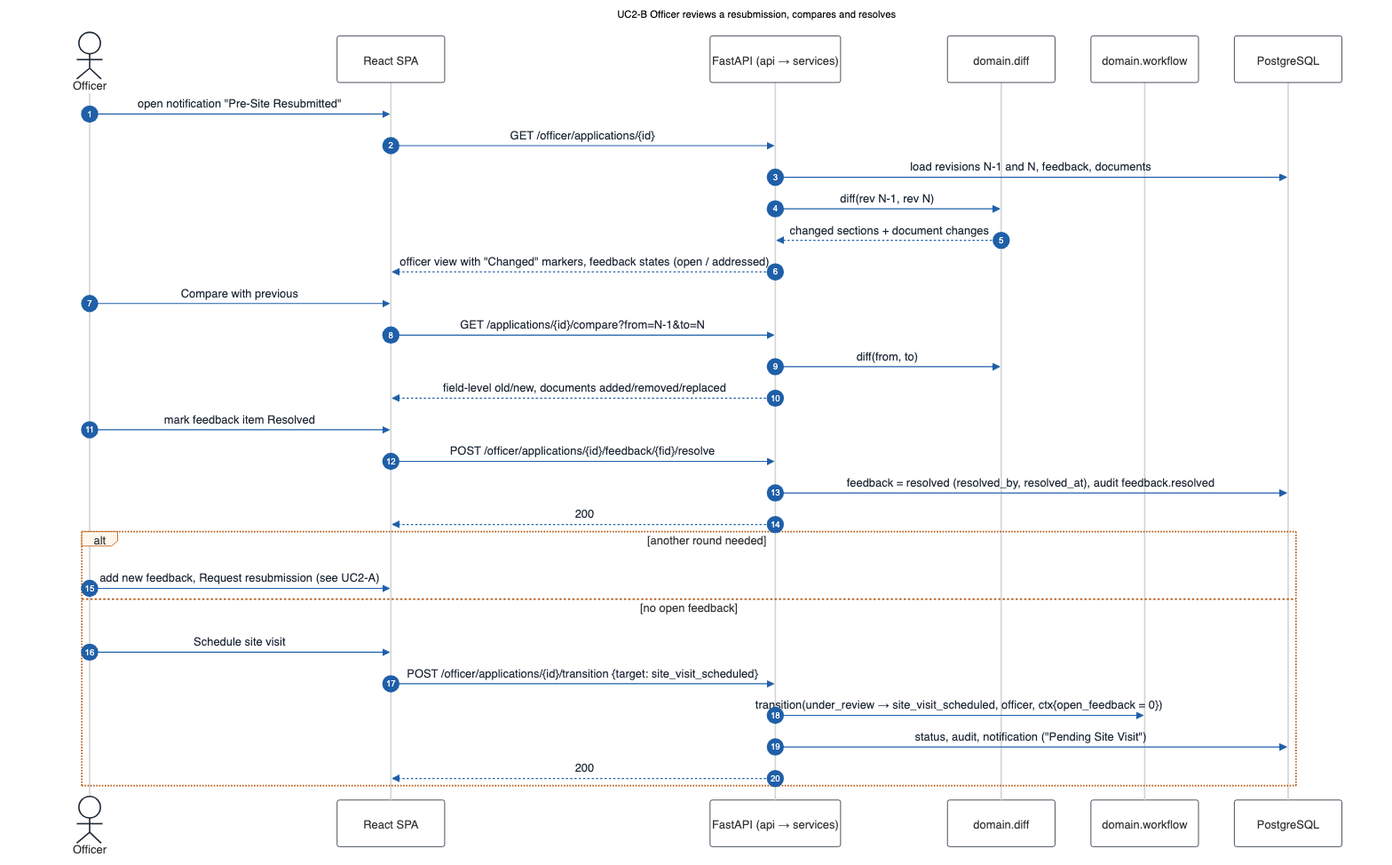
Above: docs/architecture/diagrams/sequences/uc2-b-compare-resolve.png in SuhaasNv/permitflow (Mermaid), before the change. Its source is kept beside it as docs/architecture/diagrams/sequences/uc2-b-compare-resolve.mmd.
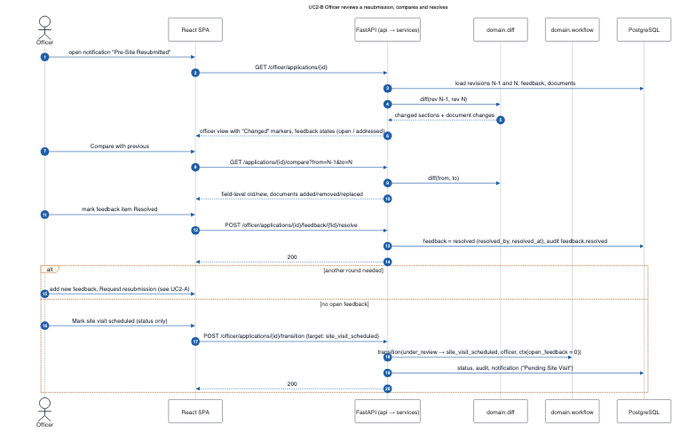
Above is the later version.

Commit message:
fix: site visit actions read as status changes

Diff of the diagram source:
```diff
@@ -28,7 +28,7 @@
     alt another round needed
         Ofc->>UI: add new feedback, Request resubmission (see UC2-A)
     else no open feedback
-        Ofc->>UI: Schedule site visit
+        Ofc->>UI: Mark site visit scheduled (status only)
         UI->>API: POST /officer/applications/{id}/transition {target: site_visit_scheduled}
         API->>WF: transition(under_review → site_visit_scheduled, officer, ctx{open_feedback = 0})
         API->>DB: status, audit, notification ("Pending Site Visit")
```
